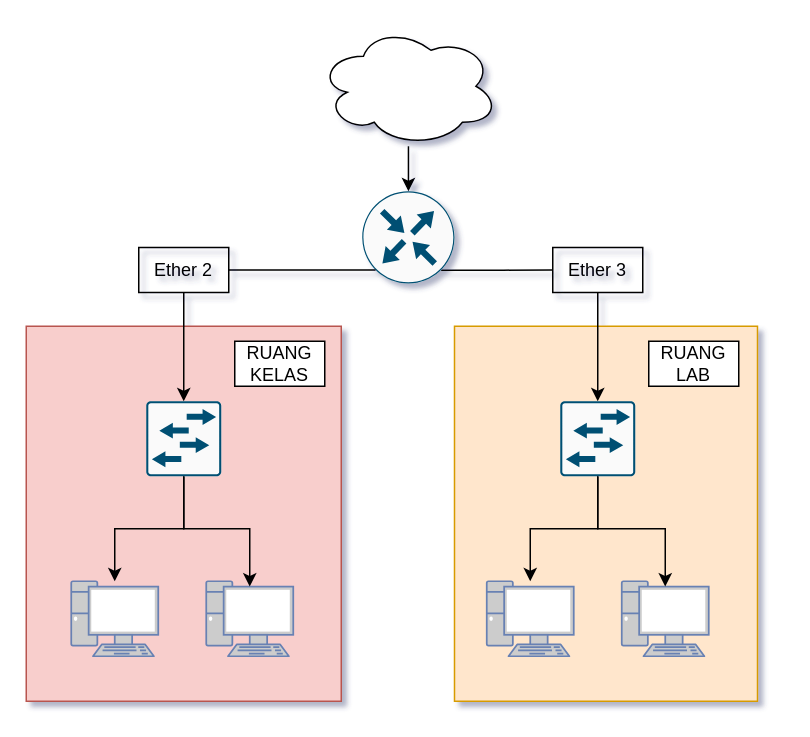
Earlier version of the draw.io diagram OJM Topology.drawio (Mirekan/dump-drawio). Source tidied: cells renumbered, new cells numbered last; positions are measured from the earlier drawing's top-left corner, leaving out a move shared by most shapes. Both pictures are drawn from the tidied source at 150%, with x=0, y=0 at pixel (26, 26).
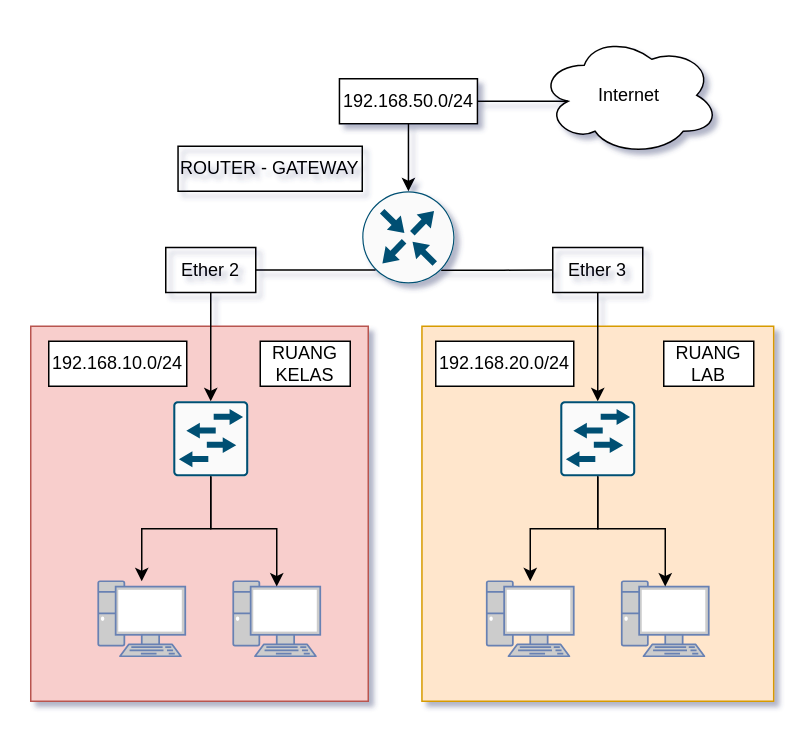
Above is the later version.

Unchanged cells that the change refers to:
```xml
<mxCell id="5" style="sketch=0;points=[[0.5,0,0],[1,0.5,0],[0.5,1,0],[0,0.5,0],[0.145,0.145,0],[0.8555,0.145,0],[0.855,0.8555,0],[0.145,0.855,0]];verticalLabelPosition=bottom;html=1;verticalAlign=top;align=center;shape=mxgraph.cisco19.rect;prIcon=router;fillColor=#FAFAFA;strokeColor=#005073;" parent="1" vertex="1">
  <mxGeometry x="224" y="110" width="61.5" height="61.5" as="geometry" />
</mxCell>
```

What changed in the source:
```diff
@@
     <mxCell id="2" style="rounded=0;whiteSpace=wrap;html=1;fillColor=#f8cecc;strokeColor=#b85450;" parent="1" vertex="1">
-      <mxGeometry y="200" width="210" height="250" as="geometry" />
+      <mxGeometry x="3" y="200" width="225" height="250" as="geometry" />
     </mxCell>
     <mxCell id="3" style="rounded=0;whiteSpace=wrap;html=1;fillColor=#ffe6cc;strokeColor=#d79b00;" parent="1" vertex="1">
-      <mxGeometry x="285.5" y="200" width="202" height="250" as="geometry" />
+      <mxGeometry x="263.8" y="200" width="234.5" height="250" as="geometry" />
     </mxCell>
@@
     <mxCell id="7" style="sketch=0;points=[[0.015,0.015,0],[0.985,0.015,0],[0.985,0.985,0],[0.015,0.985,0],[0.25,0,0],[0.5,0,0],[0.75,0,0],[1,0.25,0],[1,0.5,0],[1,0.75,0],[0.75,1,0],[0.5,1,0],[0.25,1,0],[0,0.75,0],[0,0.5,0],[0,0.25,0]];verticalLabelPosition=bottom;html=1;verticalAlign=top;align=center;shape=mxgraph.cisco19.rect;prIcon=l2_switch;fillColor=#FAFAFA;strokeColor=#005073;" parent="1" vertex="1">
-      <mxGeometry x="80" y="250" width="50" height="50" as="geometry" />
+      <mxGeometry x="98" y="250" width="50" height="50" as="geometry" />
     </mxCell>
@@
     <mxCell id="10" value="Ether 2" style="text;html=1;align=center;verticalAlign=middle;whiteSpace=wrap;rounded=0;strokeColor=default;" parent="1" vertex="1">
-      <mxGeometry x="75" y="147.5" width="60" height="30" as="geometry" />
+      <mxGeometry x="93" y="147.5" width="60" height="30" as="geometry" />
     </mxCell>
@@
     <mxCell id="13" style="fontColor=#0066CC;verticalAlign=top;verticalLabelPosition=bottom;labelPosition=center;align=center;html=1;outlineConnect=0;fillColor=#CCCCCC;strokeColor=#6881B3;gradientColor=none;gradientDirection=north;strokeWidth=2;shape=mxgraph.networks.pc;" parent="1" vertex="1">
-      <mxGeometry x="30" y="370" width="58" height="50" as="geometry" />
+      <mxGeometry x="48" y="370" width="58" height="50" as="geometry" />
     </mxCell>
     <mxCell id="14" style="fontColor=#0066CC;verticalAlign=top;verticalLabelPosition=bottom;labelPosition=center;align=center;html=1;outlineConnect=0;fillColor=#CCCCCC;strokeColor=#6881B3;gradientColor=none;gradientDirection=north;strokeWidth=2;shape=mxgraph.networks.pc;" parent="1" vertex="1">
-      <mxGeometry x="120" y="370" width="58" height="50" as="geometry" />
+      <mxGeometry x="138" y="370" width="58" height="50" as="geometry" />
     </mxCell>
@@
-    <mxCell id="21" style="edgeStyle=orthogonalEdgeStyle;rounded=0;jettySize=auto;html=1;" parent="1" edge="1" source="22" target="5">
+    <mxCell id="21" style="edgeStyle=orthogonalEdgeStyle;rounded=0;jettySize=auto;html=1;" parent="1" edge="1" source="28" target="5">
       <mxGeometry relative="1" as="geometry" />
     </mxCell>
-    <mxCell id="22" style="ellipse;shape=cloud;whiteSpace=wrap;html=1;" parent="1" vertex="1">
-      <mxGeometry x="194.8" width="120" height="80" as="geometry" />
+    <mxCell id="22" value="Internet" style="ellipse;shape=cloud;whiteSpace=wrap;html=1;" parent="1" vertex="1">
+      <mxGeometry x="342" y="6" width="120" height="80" as="geometry" />
     </mxCell>
     <mxCell id="23" value="RUANG KELAS" style="text;html=1;align=center;verticalAlign=middle;whiteSpace=wrap;rounded=0;strokeColor=default;fillColor=default;" parent="1" vertex="1">
-      <mxGeometry x="139" y="210" width="60" height="30" as="geometry" />
+      <mxGeometry x="156" y="210" width="60" height="30" as="geometry" />
     </mxCell>
     <mxCell id="24" value="RUANG LAB" style="text;html=1;align=center;verticalAlign=middle;whiteSpace=wrap;rounded=0;strokeColor=default;fillColor=default;" parent="1" vertex="1">
-      <mxGeometry x="415" y="210" width="60" height="30" as="geometry" />
+      <mxGeometry x="425" y="210" width="60" height="30" as="geometry" />
     </mxCell>
+    <mxCell id="25" value="192.168.10.0/24" style="text;html=1;align=center;verticalAlign=middle;whiteSpace=wrap;rounded=0;strokeColor=default;fillColor=default;" parent="1" vertex="1">
+      <mxGeometry x="15" y="210" width="92" height="30" as="geometry" />
+    </mxCell>
+    <mxCell id="26" value="192.168.20.0/24" style="text;html=1;align=center;verticalAlign=middle;whiteSpace=wrap;rounded=0;strokeColor=default;fillColor=default;" parent="1" vertex="1">
+      <mxGeometry x="273" y="210" width="92" height="30" as="geometry" />
+    </mxCell>
+    <mxCell id="27" style="edgeStyle=orthogonalEdgeStyle;rounded=0;jettySize=auto;html=1;endArrow=none;endFill=0;exitX=0.16;exitY=0.55;exitDx=0;exitDy=0;exitPerimeter=0;" parent="1" edge="1" source="22" target="28">
+      <mxGeometry relative="1" as="geometry" />
+    </mxCell>
+    <mxCell id="28" value="192.168.50.0/24" style="text;html=1;align=center;verticalAlign=middle;whiteSpace=wrap;rounded=0;strokeColor=default;fillColor=default;" parent="1" vertex="1">
+      <mxGeometry x="208.8" y="35" width="92" height="30" as="geometry" />
+    </mxCell>
+    <mxCell id="29" value="ROUTER - GATEWAY" style="text;html=1;align=center;verticalAlign=middle;whiteSpace=wrap;rounded=0;strokeColor=default;" parent="1" vertex="1">
+      <mxGeometry x="101.2" y="80" width="122.8" height="30" as="geometry" />
+    </mxCell>
```
